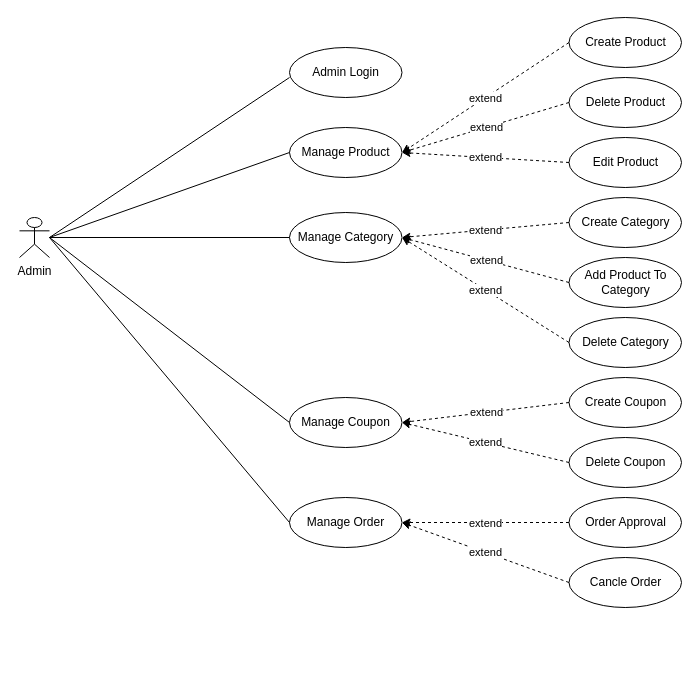
HuYssss/WatchStore keeps this draw.io diagram as WatchStoreDocs/UseCase/Admin_UseCase.drawio. Above is the earlier version. Source tidied: cells renumbered, new cells numbered last; positions are measured from the earlier drawing's top-left corner, leaving out a move shared by most shapes. Both pictures are drawn from the tidied source at 100%, with x=0, y=0 at pixel (19, 17).
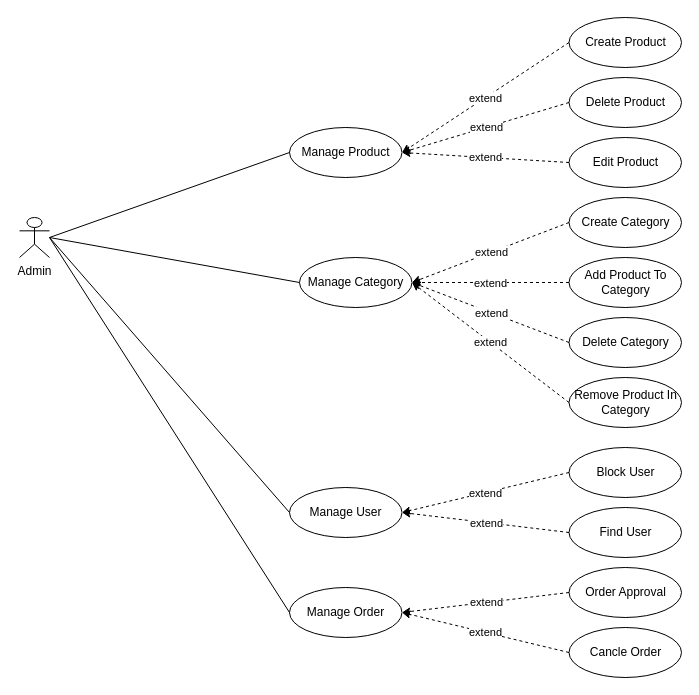
The same diagram, later.

Unchanged cells that the change refers to:
```xml
<mxCell id="24" value="Create Category" style="ellipse;whiteSpace=wrap;html=1;" parent="1" vertex="1">
  <mxGeometry x="549.5" y="180" width="112.5" height="50" as="geometry" />
</mxCell>
<mxCell id="27" value="Add Product To Category" style="ellipse;whiteSpace=wrap;html=1;" parent="1" vertex="1">
  <mxGeometry x="549.5" y="240" width="112.5" height="50" as="geometry" />
</mxCell>
<mxCell id="30" value="Delete Category" style="ellipse;whiteSpace=wrap;html=1;" parent="1" vertex="1">
  <mxGeometry x="549.5" y="300" width="112.5" height="50" as="geometry" />
</mxCell>
```

Diff of the diagram source:
```diff
@@
-    <mxCell id="3" style="endArrow=none;html=1;rounded=0;entryX=0;entryY=0.6;entryDx=0;entryDy=0;entryPerimeter=0;" parent="1" edge="1" target="4">
-      <mxGeometry relative="1" as="geometry">
-        <mxPoint x="30" y="220" as="sourcePoint" />
-      </mxGeometry>
-    </mxCell>
-    <mxCell id="4" value="Admin Login" style="ellipse;whiteSpace=wrap;html=1;" parent="1" vertex="1">
-      <mxGeometry x="270" y="30" width="112.5" height="50" as="geometry" />
-    </mxCell>
@@
     <mxCell id="6" value="Manage Category" style="ellipse;whiteSpace=wrap;html=1;" parent="1" vertex="1">
-      <mxGeometry x="270" y="195" width="112.5" height="50" as="geometry" />
+      <mxGeometry x="280" y="240" width="112.5" height="50" as="geometry" />
     </mxCell>
-    <mxCell id="7" value="Manage Coupon" style="ellipse;whiteSpace=wrap;html=1;" parent="1" vertex="1">
-      <mxGeometry x="270" y="380" width="112.5" height="50" as="geometry" />
+    <mxCell id="7" value="Manage User" style="ellipse;whiteSpace=wrap;html=1;" parent="1" vertex="1">
+      <mxGeometry x="270" y="470" width="112.5" height="50" as="geometry" />
     </mxCell>
     <mxCell id="8" value="Manage Order" style="ellipse;whiteSpace=wrap;html=1;" parent="1" vertex="1">
-      <mxGeometry x="270" y="480" width="112.5" height="50" as="geometry" />
+      <mxGeometry x="270" y="570" width="112.5" height="50" as="geometry" />
     </mxCell>
@@
-    <mxCell id="22" style="endArrow=classic;html=1;rounded=0;entryX=1;entryY=0.5;entryDx=0;entryDy=0;exitX=0;exitY=0.5;exitDx=0;exitDy=0;dashed=1;" parent="1" edge="1" source="24">
-      <mxGeometry relative="1" as="geometry">
-        <mxPoint x="382.5" y="220" as="targetPoint" />
-      </mxGeometry>
+    <mxCell id="22" style="endArrow=classic;html=1;rounded=0;entryX=1;entryY=0.5;entryDx=0;entryDy=0;exitX=0;exitY=0.5;exitDx=0;exitDy=0;dashed=1;" parent="1" edge="1" source="24" target="6">
+      <mxGeometry relative="1" as="geometry" />
     </mxCell>
@@
-    <mxCell id="25" style="endArrow=classic;html=1;rounded=0;entryX=1;entryY=0.5;entryDx=0;entryDy=0;exitX=0;exitY=0.5;exitDx=0;exitDy=0;dashed=1;" parent="1" edge="1" source="27">
-      <mxGeometry relative="1" as="geometry">
-        <mxPoint x="382.5" y="220" as="targetPoint" />
-      </mxGeometry>
+    <mxCell id="25" style="endArrow=classic;html=1;rounded=0;entryX=1;entryY=0.5;entryDx=0;entryDy=0;exitX=0;exitY=0.5;exitDx=0;exitDy=0;dashed=1;" parent="1" edge="1" source="27" target="6">
+      <mxGeometry relative="1" as="geometry" />
     </mxCell>
@@
-    <mxCell id="28" style="endArrow=classic;html=1;rounded=0;entryX=1;entryY=0.5;entryDx=0;entryDy=0;exitX=0;exitY=0.5;exitDx=0;exitDy=0;dashed=1;" parent="1" edge="1" source="30">
-      <mxGeometry relative="1" as="geometry">
-        <mxPoint x="382.5" y="220" as="targetPoint" />
-      </mxGeometry>
+    <mxCell id="28" style="endArrow=classic;html=1;rounded=0;entryX=1;entryY=0.5;entryDx=0;entryDy=0;exitX=0;exitY=0.5;exitDx=0;exitDy=0;dashed=1;" parent="1" edge="1" source="30" target="6">
+      <mxGeometry relative="1" as="geometry" />
     </mxCell>
@@
-    <mxCell id="31" style="endArrow=classic;html=1;rounded=0;entryX=1;entryY=0.5;entryDx=0;entryDy=0;exitX=0;exitY=0.5;exitDx=0;exitDy=0;dashed=1;" parent="1" edge="1" source="33">
-      <mxGeometry relative="1" as="geometry">
-        <mxPoint x="382.5" y="505" as="targetPoint" />
-      </mxGeometry>
+    <mxCell id="31" style="endArrow=classic;html=1;rounded=0;entryX=1;entryY=0.5;entryDx=0;entryDy=0;exitX=0;exitY=0.5;exitDx=0;exitDy=0;dashed=1;" parent="1" edge="1" source="33" target="8">
+      <mxGeometry relative="1" as="geometry" />
     </mxCell>
@@
     <mxCell id="33" value="Order Approval" style="ellipse;whiteSpace=wrap;html=1;" parent="1" vertex="1">
-      <mxGeometry x="549.5" y="480" width="112.5" height="50" as="geometry" />
+      <mxGeometry x="549.5" y="550" width="112.5" height="50" as="geometry" />
     </mxCell>
-    <mxCell id="34" style="endArrow=classic;html=1;rounded=0;entryX=1;entryY=0.5;entryDx=0;entryDy=0;exitX=0;exitY=0.5;exitDx=0;exitDy=0;dashed=1;" parent="1" edge="1" source="36">
-      <mxGeometry relative="1" as="geometry">
-        <mxPoint x="382.5" y="505" as="targetPoint" />
-      </mxGeometry>
+    <mxCell id="34" style="endArrow=classic;html=1;rounded=0;entryX=1;entryY=0.5;entryDx=0;entryDy=0;exitX=0;exitY=0.5;exitDx=0;exitDy=0;dashed=1;" parent="1" edge="1" source="36" target="8">
+      <mxGeometry relative="1" as="geometry" />
     </mxCell>
@@
     <mxCell id="36" value="Cancle Order" style="ellipse;whiteSpace=wrap;html=1;" parent="1" vertex="1">
-      <mxGeometry x="549.5" y="540" width="112.5" height="50" as="geometry" />
+      <mxGeometry x="549.5" y="610" width="112.5" height="50" as="geometry" />
     </mxCell>
-    <mxCell id="37" style="endArrow=classic;html=1;rounded=0;entryX=1;entryY=0.5;entryDx=0;entryDy=0;exitX=0;exitY=0.5;exitDx=0;exitDy=0;dashed=1;" parent="1" edge="1" source="39">
-      <mxGeometry relative="1" as="geometry">
-        <mxPoint x="382.5" y="405" as="targetPoint" />
-      </mxGeometry>
+    <mxCell id="37" style="endArrow=classic;html=1;rounded=0;entryX=1;entryY=0.5;entryDx=0;entryDy=0;exitX=0;exitY=0.5;exitDx=0;exitDy=0;dashed=1;" parent="1" edge="1" source="39" target="7">
+      <mxGeometry relative="1" as="geometry" />
     </mxCell>
@@
-    <mxCell id="39" value="Create Coupon" style="ellipse;whiteSpace=wrap;html=1;" parent="1" vertex="1">
-      <mxGeometry x="549.5" y="360" width="112.5" height="50" as="geometry" />
+    <mxCell id="39" value="Block User" style="ellipse;whiteSpace=wrap;html=1;" parent="1" vertex="1">
+      <mxGeometry x="549.5" y="430" width="112.5" height="50" as="geometry" />
     </mxCell>
-    <mxCell id="40" style="endArrow=classic;html=1;rounded=0;entryX=1;entryY=0.5;entryDx=0;entryDy=0;exitX=0;exitY=0.5;exitDx=0;exitDy=0;dashed=1;" parent="1" edge="1" source="42">
-      <mxGeometry relative="1" as="geometry">
-        <mxPoint x="382.5" y="405" as="targetPoint" />
-      </mxGeometry>
+    <mxCell id="40" style="endArrow=classic;html=1;rounded=0;entryX=1;entryY=0.5;entryDx=0;entryDy=0;exitX=0;exitY=0.5;exitDx=0;exitDy=0;dashed=1;" parent="1" edge="1" source="42" target="7">
+      <mxGeometry relative="1" as="geometry" />
     </mxCell>
@@
-    <mxCell id="42" value="Delete Coupon" style="ellipse;whiteSpace=wrap;html=1;" parent="1" vertex="1">
-      <mxGeometry x="549.5" y="420" width="112.5" height="50" as="geometry" />
+    <mxCell id="42" value="Find User" style="ellipse;whiteSpace=wrap;html=1;" parent="1" vertex="1">
+      <mxGeometry x="549.5" y="490" width="112.5" height="50" as="geometry" />
     </mxCell>
+    <mxCell id="43" value="Remove Product In Category" style="ellipse;whiteSpace=wrap;html=1;" parent="1" vertex="1">
+      <mxGeometry x="549.5" y="360" width="112.5" height="50" as="geometry" />
+    </mxCell>
+    <mxCell id="44" style="endArrow=classic;html=1;rounded=0;entryX=1;entryY=0.5;entryDx=0;entryDy=0;exitX=0;exitY=0.5;exitDx=0;exitDy=0;dashed=1;" parent="1" edge="1" source="43" target="6">
+      <mxGeometry relative="1" as="geometry" />
+    </mxCell>
+    <mxCell id="45" value="extend" style="edgeLabel;html=1;align=center;verticalAlign=middle;" parent="44" vertex="1">
+      <mxGeometry relative="1" as="geometry" />
+    </mxCell>
```
